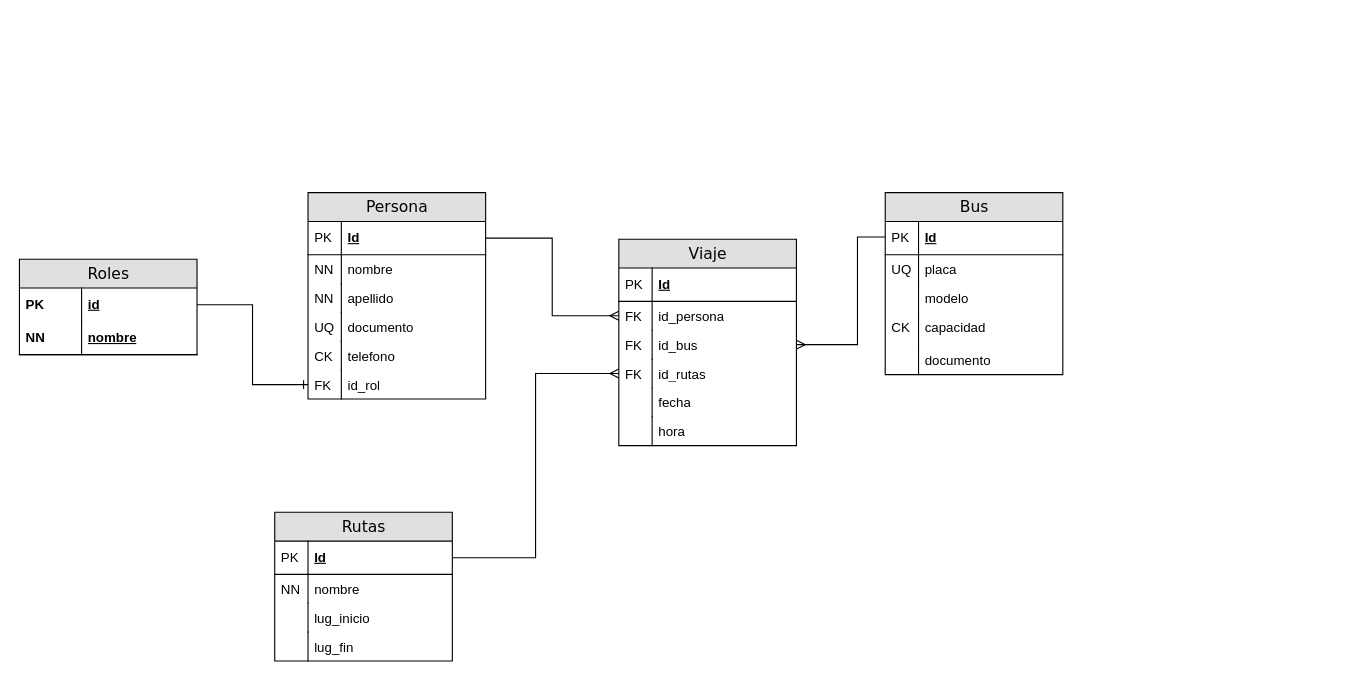
The draw.io diagram DER2.0_proyecto_trans.drawio in Andres-Nicolas/Diagramas, before the edit. Source tidied: cells renumbered, new cells numbered last; positions are measured from the earlier drawing's top-left corner, leaving out a move shared by most shapes. Both pictures are drawn from the tidied source at 111%, with x=0, y=0 at pixel (19, 192).
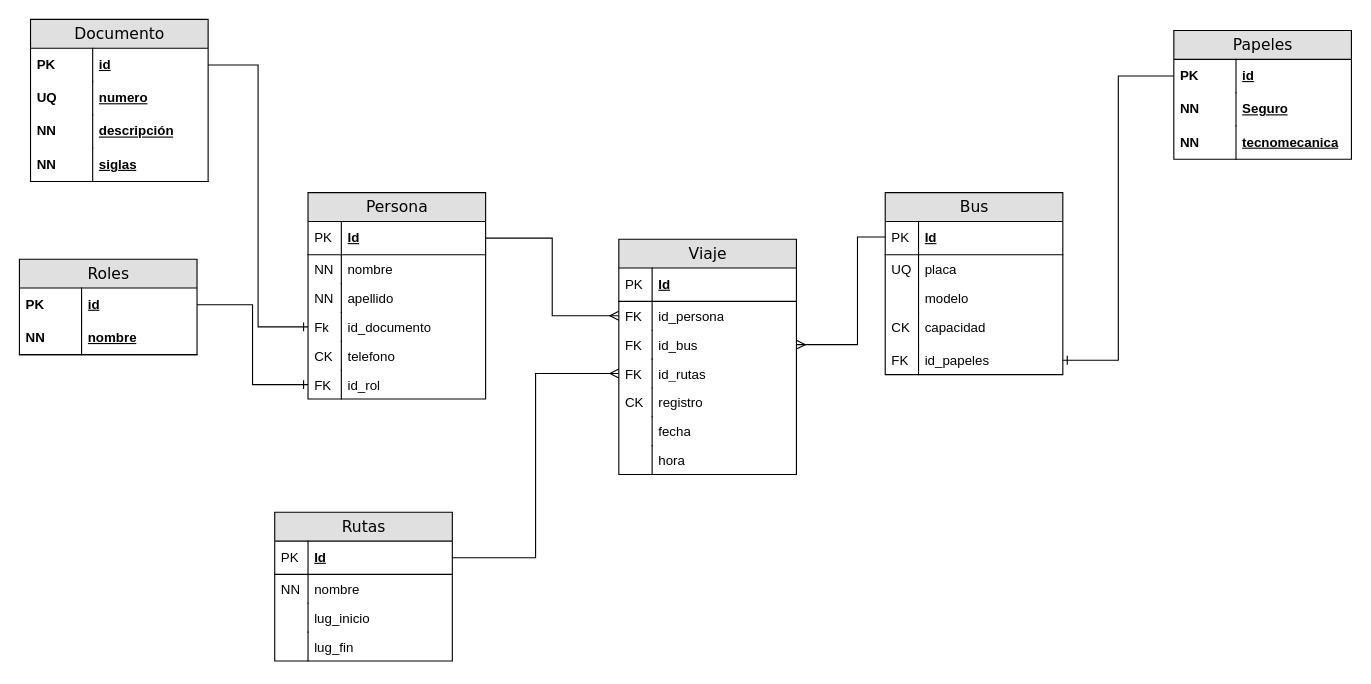
The same diagram, later.

The change refers to these unchanged cells:
```xml
<mxCell id="20" value="Persona" style="swimlane;html=1;fontStyle=0;horizontal=1;startSize=26;fillColor=#e0e0e0;swimlaneFillColor=#ffffff;align=center;rounded=0;shadow=0;comic=0;labelBackgroundColor=none;strokeWidth=1;fontFamily=Verdana;fontSize=14;" parent="1" vertex="1">
  <mxGeometry x="260" width="160" height="186" as="geometry" />
</mxCell>
<mxCell id="46" value="Bus" style="swimlane;html=1;fontStyle=0;horizontal=1;startSize=26;fillColor=#e0e0e0;swimlaneFillColor=#ffffff;align=center;rounded=0;shadow=0;comic=0;labelBackgroundColor=none;strokeWidth=1;fontFamily=Verdana;fontSize=14;" parent="1" vertex="1">
  <mxGeometry x="780" width="160" height="164" as="geometry" />
</mxCell>
```

What changed in the source:
```diff
@@
     <mxCell id="7" value="Viaje" style="swimlane;html=1;fontStyle=0;horizontal=1;startSize=26;fillColor=#e0e0e0;swimlaneFillColor=#ffffff;align=center;rounded=0;shadow=0;comic=0;labelBackgroundColor=none;strokeWidth=1;fontFamily=Verdana;fontSize=14;swimlaneLine=1;" parent="1" vertex="1">
-      <mxGeometry x="540" y="42" width="160" height="186" as="geometry" />
+      <mxGeometry x="540" y="42" width="160" height="212" as="geometry" />
     </mxCell>
@@
+    <mxCell id="57" value="registro" style="shape=partialRectangle;top=0;left=0;right=0;bottom=0;html=1;align=left;verticalAlign=top;fillColor=none;spacingLeft=34;spacingRight=4;whiteSpace=wrap;overflow=hidden;" parent="7" vertex="1">
+      <mxGeometry y="134" width="160" height="26" as="geometry" />
+    </mxCell>
+    <mxCell id="58" value="CK" style="shape=partialRectangle;top=0;left=0;bottom=0;html=1;fillColor=none;align=left;verticalAlign=top;spacingLeft=4;spacingRight=4;whiteSpace=wrap;overflow=hidden;" parent="57" vertex="1">
+      <mxGeometry width="30" height="26" as="geometry" />
+    </mxCell>
     <mxCell id="16" value="fecha" style="shape=partialRectangle;top=0;left=0;right=0;bottom=0;html=1;align=left;verticalAlign=top;fillColor=none;spacingLeft=34;spacingRight=4;whiteSpace=wrap;overflow=hidden;" parent="7" vertex="1">
-      <mxGeometry y="134" width="160" height="26" as="geometry" />
+      <mxGeometry y="160" width="160" height="26" as="geometry" />
     </mxCell>
@@
     <mxCell id="18" value="hora" style="shape=partialRectangle;top=0;left=0;right=0;bottom=0;html=1;align=left;verticalAlign=top;fillColor=none;spacingLeft=34;spacingRight=4;whiteSpace=wrap;overflow=hidden;" parent="7" vertex="1">
-      <mxGeometry y="160" width="160" height="26" as="geometry" />
+      <mxGeometry y="186" width="160" height="26" as="geometry" />
     </mxCell>
@@
-    <mxCell id="27" value="documento" style="shape=partialRectangle;top=0;left=0;right=0;bottom=0;html=1;align=left;verticalAlign=top;fillColor=none;spacingLeft=34;spacingRight=4;whiteSpace=wrap;overflow=hidden;points=[[0,0.5],[1,0.5]];portConstraint=eastwest;" parent="20" vertex="1">
+    <mxCell id="27" value="id_documento" style="shape=partialRectangle;top=0;left=0;right=0;bottom=0;html=1;align=left;verticalAlign=top;fillColor=none;spacingLeft=34;spacingRight=4;whiteSpace=wrap;overflow=hidden;points=[[0,0.5],[1,0.5]];portConstraint=eastwest;" parent="20" vertex="1">
       <mxGeometry y="108" width="160" height="26" as="geometry" />
     </mxCell>
-    <mxCell id="28" value="UQ" style="shape=partialRectangle;top=0;left=0;bottom=0;html=1;fillColor=none;align=left;verticalAlign=top;spacingLeft=4;spacingRight=4;whiteSpace=wrap;overflow=hidden;" parent="27" vertex="1">
+    <mxCell id="28" value="Fk" style="shape=partialRectangle;top=0;left=0;bottom=0;html=1;fillColor=none;align=left;verticalAlign=top;spacingLeft=4;spacingRight=4;whiteSpace=wrap;overflow=hidden;" parent="27" vertex="1">
       <mxGeometry width="30" height="26" as="geometry" />
     </mxCell>
@@
-    <mxCell id="55" value="documento" style="shape=partialRectangle;top=0;left=0;right=0;bottom=0;html=1;align=left;verticalAlign=top;fillColor=none;spacingLeft=34;spacingRight=4;whiteSpace=wrap;overflow=hidden;points=[[0,0.5],[1,0.5]];portConstraint=eastwest;" parent="46" vertex="1">
+    <mxCell id="55" value="id_papeles" style="shape=partialRectangle;top=0;left=0;right=0;bottom=0;html=1;align=left;verticalAlign=top;fillColor=none;spacingLeft=34;spacingRight=4;whiteSpace=wrap;overflow=hidden;points=[[0,0.5],[1,0.5]];portConstraint=eastwest;" parent="46" vertex="1">
       <mxGeometry y="138" width="160" height="26" as="geometry" />
     </mxCell>
-    <mxCell id="56" style="shape=partialRectangle;top=0;left=0;bottom=0;html=1;fillColor=none;align=left;verticalAlign=top;spacingLeft=4;spacingRight=4;whiteSpace=wrap;overflow=hidden;" parent="55" vertex="1">
+    <mxCell id="56" value="FK" style="shape=partialRectangle;top=0;left=0;bottom=0;html=1;fillColor=none;align=left;verticalAlign=top;spacingLeft=4;spacingRight=4;whiteSpace=wrap;overflow=hidden;" parent="55" vertex="1">
       <mxGeometry width="30" height="26" as="geometry" />
     </mxCell>
+    <mxCell id="59" value="Documento" style="swimlane;html=1;fontStyle=0;horizontal=1;startSize=26;fillColor=#e0e0e0;swimlaneFillColor=#ffffff;align=center;rounded=0;shadow=0;comic=0;labelBackgroundColor=none;strokeWidth=1;fontFamily=Verdana;fontSize=14;" parent="1" vertex="1">
+      <mxGeometry x="10" y="-156" width="160" height="146" as="geometry" />
+    </mxCell>
+    <mxCell id="60" value="id" style="shape=partialRectangle;top=0;left=0;right=0;bottom=0;html=1;align=left;verticalAlign=middle;fillColor=none;spacingLeft=60;spacingRight=4;whiteSpace=wrap;overflow=hidden;points=[[0,0.5],[1,0.5]];portConstraint=eastwest;fontStyle=5;" parent="59" vertex="1">
+      <mxGeometry y="26" width="160" height="30" as="geometry" />
+    </mxCell>
+    <mxCell id="61" value="PK" style="shape=partialRectangle;fontStyle=1;top=0;left=0;bottom=0;html=1;fillColor=none;align=left;verticalAlign=middle;spacingLeft=4;spacingRight=4;whiteSpace=wrap;overflow=hidden;" parent="60" vertex="1">
+      <mxGeometry width="56" height="30" as="geometry" />
+    </mxCell>
+    <mxCell id="62" value="numero" style="shape=partialRectangle;top=0;left=0;right=0;bottom=0;html=1;align=left;verticalAlign=middle;fillColor=none;spacingLeft=60;spacingRight=4;whiteSpace=wrap;overflow=hidden;fontStyle=5;" parent="59" vertex="1">
+      <mxGeometry y="56" width="160" height="30" as="geometry" />
+    </mxCell>
+    <mxCell id="63" value="UQ" style="shape=partialRectangle;fontStyle=1;top=0;left=0;bottom=0;html=1;fillColor=none;align=left;verticalAlign=middle;spacingLeft=4;spacingRight=4;whiteSpace=wrap;overflow=hidden;" parent="62" vertex="1">
+      <mxGeometry width="56" height="30" as="geometry" />
+    </mxCell>
+    <mxCell id="64" value="descripción" style="shape=partialRectangle;top=0;left=0;right=0;bottom=0;html=1;align=left;verticalAlign=middle;fillColor=none;spacingLeft=60;spacingRight=4;whiteSpace=wrap;overflow=hidden;fontStyle=5;" parent="59" vertex="1">
+      <mxGeometry y="86" width="160" height="30" as="geometry" />
+    </mxCell>
+    <mxCell id="65" value="NN" style="shape=partialRectangle;fontStyle=1;top=0;left=0;bottom=0;html=1;fillColor=none;align=left;verticalAlign=middle;spacingLeft=4;spacingRight=4;whiteSpace=wrap;overflow=hidden;" parent="64" vertex="1">
+      <mxGeometry width="56" height="30" as="geometry" />
+    </mxCell>
+    <mxCell id="66" value="siglas" style="shape=partialRectangle;top=0;left=0;right=0;bottom=1;html=1;align=left;verticalAlign=middle;fillColor=none;spacingLeft=60;spacingRight=4;whiteSpace=wrap;overflow=hidden;fontStyle=5;" parent="59" vertex="1">
+      <mxGeometry y="116" width="160" height="30" as="geometry" />
+    </mxCell>
+    <mxCell id="67" value="NN" style="shape=partialRectangle;fontStyle=1;top=0;left=0;bottom=0;html=1;fillColor=none;align=left;verticalAlign=middle;spacingLeft=4;spacingRight=4;whiteSpace=wrap;overflow=hidden;" parent="66" vertex="1">
+      <mxGeometry width="56" height="30" as="geometry" />
+    </mxCell>
+    <mxCell id="68" style="edgeStyle=orthogonalEdgeStyle;rounded=0;jettySize=auto;html=1;exitX=1;exitY=0.5;exitDx=0;exitDy=0;entryX=0;entryY=0.5;entryDx=0;entryDy=0;endArrow=ERone;endFill=0;" parent="1" edge="1" source="60" target="27">
+      <mxGeometry relative="1" as="geometry" />
+    </mxCell>
+    <mxCell id="69" value="Papeles" style="swimlane;html=1;fontStyle=0;horizontal=1;startSize=26;fillColor=#e0e0e0;swimlaneFillColor=#ffffff;align=center;rounded=0;shadow=0;comic=0;labelBackgroundColor=none;strokeWidth=1;fontFamily=Verdana;fontSize=14;" parent="1" vertex="1">
+      <mxGeometry x="1040" y="-146" width="160" height="116" as="geometry" />
+    </mxCell>
+    <mxCell id="70" value="id" style="shape=partialRectangle;top=0;left=0;right=0;bottom=0;html=1;align=left;verticalAlign=middle;fillColor=none;spacingLeft=60;spacingRight=4;whiteSpace=wrap;overflow=hidden;points=[[0,0.5],[1,0.5]];portConstraint=eastwest;fontStyle=5;" parent="69" vertex="1">
+      <mxGeometry y="26" width="160" height="30" as="geometry" />
+    </mxCell>
+    <mxCell id="71" value="PK" style="shape=partialRectangle;fontStyle=1;top=0;left=0;bottom=0;html=1;fillColor=none;align=left;verticalAlign=middle;spacingLeft=4;spacingRight=4;whiteSpace=wrap;overflow=hidden;" parent="70" vertex="1">
+      <mxGeometry width="56" height="30" as="geometry" />
+    </mxCell>
+    <mxCell id="72" value="Seguro" style="shape=partialRectangle;top=0;left=0;right=0;bottom=0;html=1;align=left;verticalAlign=middle;fillColor=none;spacingLeft=60;spacingRight=4;whiteSpace=wrap;overflow=hidden;fontStyle=5;" parent="69" vertex="1">
+      <mxGeometry y="56" width="160" height="30" as="geometry" />
+    </mxCell>
+    <mxCell id="73" value="NN" style="shape=partialRectangle;fontStyle=1;top=0;left=0;bottom=0;html=1;fillColor=none;align=left;verticalAlign=middle;spacingLeft=4;spacingRight=4;whiteSpace=wrap;overflow=hidden;" parent="72" vertex="1">
+      <mxGeometry width="56" height="30" as="geometry" />
+    </mxCell>
+    <mxCell id="74" value="tecnomecanica" style="shape=partialRectangle;top=0;left=0;right=0;bottom=0;html=1;align=left;verticalAlign=middle;fillColor=none;spacingLeft=60;spacingRight=4;whiteSpace=wrap;overflow=hidden;fontStyle=5;" parent="69" vertex="1">
+      <mxGeometry y="86" width="160" height="30" as="geometry" />
+    </mxCell>
+    <mxCell id="75" value="NN" style="shape=partialRectangle;fontStyle=1;top=0;left=0;bottom=0;html=1;fillColor=none;align=left;verticalAlign=middle;spacingLeft=4;spacingRight=4;whiteSpace=wrap;overflow=hidden;" parent="74" vertex="1">
+      <mxGeometry width="56" height="30" as="geometry" />
+    </mxCell>
+    <mxCell id="76" style="edgeStyle=orthogonalEdgeStyle;rounded=0;jettySize=auto;html=1;exitX=0;exitY=0.5;exitDx=0;exitDy=0;entryX=1;entryY=0.5;entryDx=0;entryDy=0;endArrow=ERone;endFill=0;" parent="1" edge="1" source="70" target="55">
+      <mxGeometry relative="1" as="geometry" />
+    </mxCell>
```
